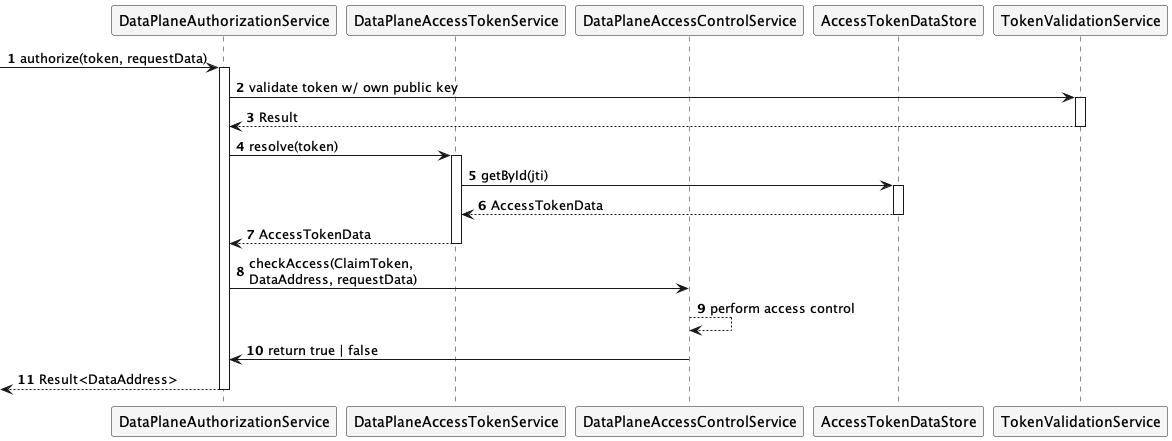
Before: docs/developer/data-plane-signaling/data-plane-signaling_authorize.png, a diagram exported from PlantUML (eclipse-edc/Connector). The source it was exported from:
```plantuml
@startuml


skinParam NoteBackgroundColor WhiteSmoke
skinParam NoteFontColor Black
skinParam ParticipantBackgroundColor WhiteSmoke
skinParam ActorBackgroundColor WhiteSmoke
skinParam AgentBackgroundColor White
skinParam AgentBorderColor SkyBlue
skinparam shadowing false
skinparam BoxPadding 10

autonumber

participant DataPlaneAuthorizationService as dpauths
participant DataPlaneAccessTokenService as dpats
participant DataPlaneAccessControlService as dpacs
participant AccessTokenDataStore as store
participant TokenValidationService as tvs

[-> dpauths: authorize(token, requestData)
activate dpauths
dpauths -> tvs: validate token w/ own public key
activate tvs
return Result
dpauths -> dpats: resolve(token)
activate dpats
dpats -> store: getById(jti)
activate store
return AccessTokenData
return AccessTokenData
dpauths -> dpacs: checkAccess(ClaimToken, \nDataAddress, requestData)
dpacs --> dpacs: perform access control
dpacs -> dpauths: return true | false


return Result<DataAddress>
deactivate dpauths
@enduml
```
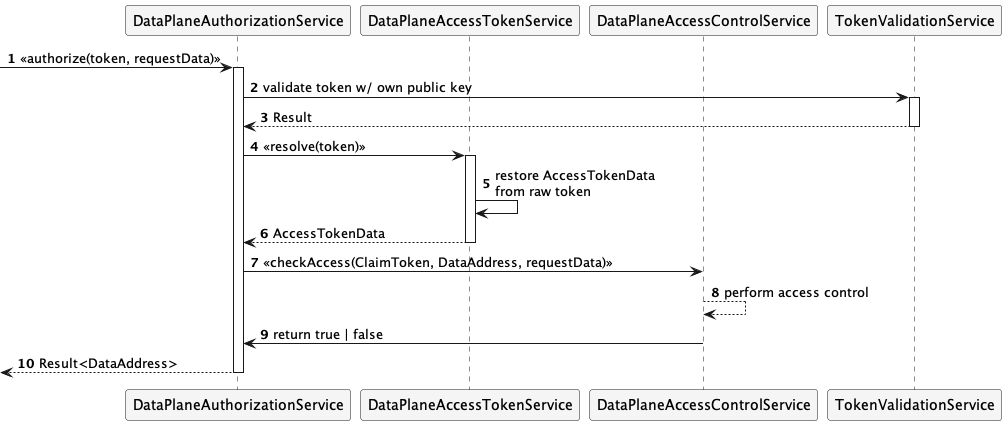
The same diagram one commit later.

The edit, as a diff of the source:
```diff
@@ -15,21 +15,18 @@
 participant DataPlaneAuthorizationService as dpauths
 participant DataPlaneAccessTokenService as dpats
 participant DataPlaneAccessControlService as dpacs
-participant AccessTokenDataStore as store
 participant TokenValidationService as tvs
 
-[-> dpauths: authorize(token, requestData)
+[-> dpauths: <<authorize(token, requestData)>>
 activate dpauths
 dpauths -> tvs: validate token w/ own public key
 activate tvs
 return Result
-dpauths -> dpats: resolve(token)
+dpauths -> dpats: <<resolve(token)>>
 activate dpats
-dpats -> store: getById(jti)
-activate store
+dpats -> dpats: restore AccessTokenData \nfrom raw token
 return AccessTokenData
-return AccessTokenData
-dpauths -> dpacs: checkAccess(ClaimToken, \nDataAddress, requestData)
+dpauths -> dpacs: <<checkAccess(ClaimToken, DataAddress, requestData)>>
 dpacs --> dpacs: perform access control
 dpacs -> dpauths: return true | false
 
```
